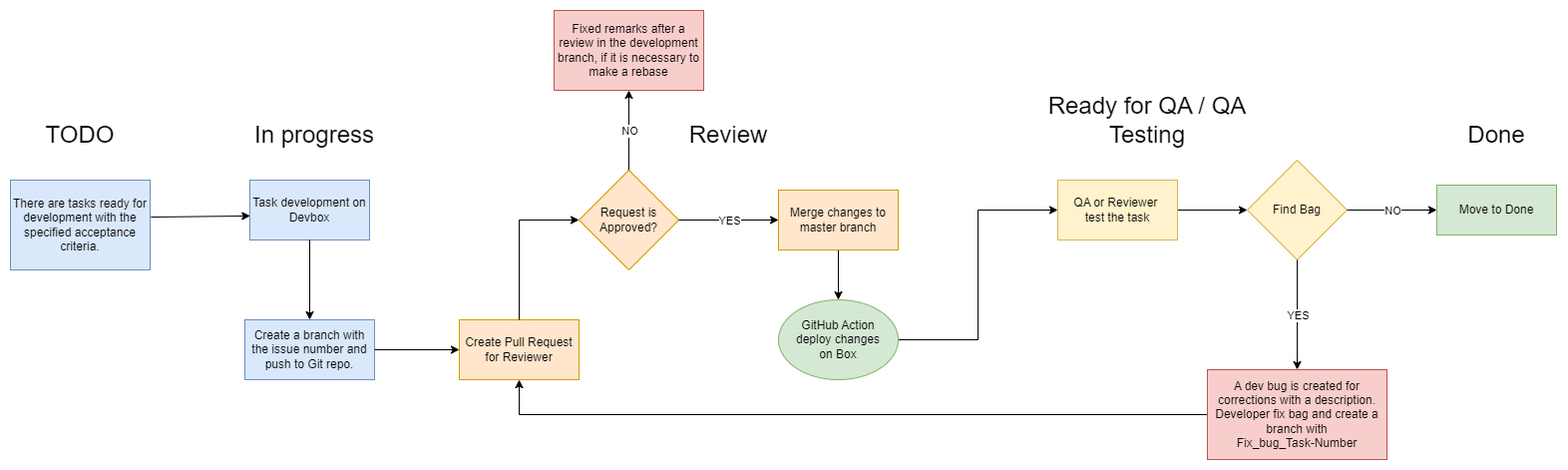
vovantais/Presentation-Duplicates-Application keeps this draw.io diagram as assets/Development-Process.png. Above is the earlier version. Source tidied: cells renumbered, new cells last; positions are measured from the earlier drawing's top-left corner, leaving out a move shared by most shapes. The source it was exported from:
```xml
<mxGraphModel>
  <root>
    <mxCell id="0" />
    <mxCell id="1" parent="0" />
    <mxCell id="2" value="There are tasks ready for development with the specified acceptance criteria." style="rounded=0;whiteSpace=wrap;html=1;fillColor=#dae8fc;strokeColor=#6c8ebf;" parent="1" vertex="1">
      <mxGeometry y="170" width="140" height="90" as="geometry" />
    </mxCell>
    <mxCell id="3" value="&lt;font style=&quot;font-size: 24px;&quot;&gt;TODO&lt;/font&gt;" style="text;html=1;strokeColor=none;fillColor=none;align=center;verticalAlign=middle;whiteSpace=wrap;rounded=0;" parent="1" vertex="1">
      <mxGeometry x="40" y="110" width="60" height="30" as="geometry" />
    </mxCell>
    <mxCell id="4" value="Task development on Devbox" style="rounded=0;whiteSpace=wrap;html=1;fillColor=#dae8fc;strokeColor=#6c8ebf;" parent="1" vertex="1">
      <mxGeometry x="240" y="170" width="120" height="60" as="geometry" />
    </mxCell>
    <mxCell id="5" value="&lt;font style=&quot;font-size: 24px;&quot;&gt;In progress&lt;/font&gt;" style="text;html=1;strokeColor=none;fillColor=none;align=center;verticalAlign=middle;whiteSpace=wrap;rounded=0;" parent="1" vertex="1">
      <mxGeometry x="230" y="110" width="150" height="30" as="geometry" />
    </mxCell>
    <mxCell id="6" value="Create Pull Request for Reviewer" style="rounded=0;whiteSpace=wrap;html=1;fillColor=#ffe6cc;strokeColor=#d79b00;" parent="1" vertex="1">
      <mxGeometry x="450" y="310" width="120" height="60" as="geometry" />
    </mxCell>
    <mxCell id="7" value="&lt;font style=&quot;font-size: 24px;&quot;&gt;Review&lt;/font&gt;" style="text;html=1;strokeColor=none;fillColor=none;align=center;verticalAlign=middle;whiteSpace=wrap;rounded=0;" parent="1" vertex="1">
      <mxGeometry x="640" y="110" width="160" height="30" as="geometry" />
    </mxCell>
    <mxCell id="8" style="edgeStyle=orthogonalEdgeStyle;rounded=0;jettySize=auto;html=1;" parent="1" edge="1" source="9" target="28">
      <mxGeometry relative="1" as="geometry" />
    </mxCell>
    <mxCell id="9" value="QA or Reviewer&amp;nbsp;&lt;br&gt;test the task" style="rounded=0;whiteSpace=wrap;html=1;fillColor=#fff2cc;strokeColor=#d6b656;" parent="1" vertex="1">
      <mxGeometry x="1050" y="170" width="120" height="60" as="geometry" />
    </mxCell>
    <mxCell id="10" value="&lt;font style=&quot;font-size: 24px;&quot;&gt;Ready for QA / QA Testing&lt;/font&gt;" style="text;html=1;strokeColor=none;fillColor=none;align=center;verticalAlign=middle;whiteSpace=wrap;rounded=0;" parent="1" vertex="1">
      <mxGeometry x="1030" y="60" width="220" height="100" as="geometry" />
    </mxCell>
    <mxCell id="11" value="Move to Done" style="rounded=0;whiteSpace=wrap;html=1;fillColor=#d5e8d4;strokeColor=#82b366;" parent="1" vertex="1">
      <mxGeometry x="1430" y="175" width="120" height="50" as="geometry" />
    </mxCell>
    <mxCell id="12" value="&lt;font style=&quot;font-size: 24px;&quot;&gt;Done&lt;/font&gt;" style="text;html=1;strokeColor=none;fillColor=none;align=center;verticalAlign=middle;whiteSpace=wrap;rounded=0;" parent="1" vertex="1">
      <mxGeometry x="1460" y="110" width="60" height="30" as="geometry" />
    </mxCell>
    <mxCell id="13" value="Create a branch with the issue number and push to Git repo." style="rounded=0;whiteSpace=wrap;html=1;fillColor=#dae8fc;strokeColor=#6c8ebf;" parent="1" vertex="1">
      <mxGeometry x="235" y="310" width="130" height="60" as="geometry" />
    </mxCell>
    <mxCell id="14" value="Request is&lt;br&gt;Approved?" style="rhombus;whiteSpace=wrap;html=1;fillColor=#ffe6cc;strokeColor=#d79b00;" parent="1" vertex="1">
      <mxGeometry x="570" y="160" width="100" height="100" as="geometry" />
    </mxCell>
    <mxCell id="15" style="endArrow=classic;html=1;rounded=0;entryX=0.003;entryY=0.598;entryDx=0;entryDy=0;exitX=1.006;exitY=0.412;exitDx=0;exitDy=0;exitPerimeter=0;entryPerimeter=0;" parent="1" edge="1" source="2" target="4">
      <mxGeometry relative="1" as="geometry" />
    </mxCell>
    <mxCell id="16" style="endArrow=classic;html=1;rounded=0;exitX=0.5;exitY=1;exitDx=0;exitDy=0;entryX=0.5;entryY=0;entryDx=0;entryDy=0;" parent="1" edge="1" source="4" target="13">
      <mxGeometry relative="1" as="geometry" />
    </mxCell>
    <mxCell id="17" style="endArrow=classic;html=1;rounded=0;exitX=1;exitY=0.5;exitDx=0;exitDy=0;entryX=0;entryY=0.5;entryDx=0;entryDy=0;" parent="1" edge="1" source="13" target="6">
      <mxGeometry relative="1" as="geometry" />
    </mxCell>
    <mxCell id="18" style="endArrow=classic;html=1;rounded=0;exitX=1;exitY=0.5;exitDx=0;exitDy=0;entryX=0;entryY=0.5;entryDx=0;entryDy=0;" parent="1" edge="1" source="14" target="25">
      <mxGeometry relative="1" as="geometry" />
    </mxCell>
    <mxCell id="19" value="YES" style="edgeLabel;html=1;align=center;verticalAlign=middle;" parent="18" vertex="1">
      <mxGeometry relative="1" as="geometry" />
    </mxCell>
    <mxCell id="20" style="endArrow=classic;html=1;rounded=0;exitX=0.5;exitY=0;exitDx=0;exitDy=0;entryX=0.5;entryY=1;entryDx=0;entryDy=0;" parent="1" edge="1" source="14" target="23">
      <mxGeometry relative="1" as="geometry" />
    </mxCell>
    <mxCell id="21" value="NO" style="edgeLabel;html=1;align=center;verticalAlign=middle;" parent="20" vertex="1">
      <mxGeometry relative="1" as="geometry" />
    </mxCell>
    <mxCell id="22" style="endArrow=classic;html=1;rounded=0;exitX=0.5;exitY=0;exitDx=0;exitDy=0;entryX=0;entryY=0.5;entryDx=0;entryDy=0;" parent="1" edge="1" source="6" target="14">
      <mxGeometry relative="1" as="geometry">
        <Array as="points">
          <mxPoint x="510" y="210" />
        </Array>
      </mxGeometry>
    </mxCell>
    <mxCell id="23" value="Fixed remarks after a review in the development branch, if it is necessary to make a rebase" style="rounded=0;whiteSpace=wrap;html=1;fillColor=#f8cecc;strokeColor=#b85450;" parent="1" vertex="1">
      <mxGeometry x="545" width="150" height="80" as="geometry" />
    </mxCell>
    <mxCell id="24" style="edgeStyle=orthogonalEdgeStyle;rounded=0;jettySize=auto;html=1;" parent="1" edge="1" source="25" target="27">
      <mxGeometry relative="1" as="geometry" />
    </mxCell>
    <mxCell id="25" value="Merge changes to master branch" style="rounded=0;whiteSpace=wrap;html=1;fillColor=#ffe6cc;strokeColor=#d79b00;" parent="1" vertex="1">
      <mxGeometry x="770" y="180" width="120" height="60" as="geometry" />
    </mxCell>
    <mxCell id="26" style="edgeStyle=orthogonalEdgeStyle;rounded=0;jettySize=auto;html=1;exitX=1;exitY=0.5;exitDx=0;exitDy=0;entryX=0;entryY=0.5;entryDx=0;entryDy=0;" parent="1" edge="1" source="27" target="9">
      <mxGeometry relative="1" as="geometry" />
    </mxCell>
    <mxCell id="27" value="GitHub Action&lt;br&gt;deploy changes&lt;br&gt;on Box" style="ellipse;whiteSpace=wrap;html=1;fillColor=#d5e8d4;strokeColor=#82b366;" parent="1" vertex="1">
      <mxGeometry x="770" y="290" width="120" height="80" as="geometry" />
    </mxCell>
    <mxCell id="28" value="Find Bag" style="rhombus;whiteSpace=wrap;html=1;fillColor=#fff2cc;strokeColor=#d6b656;" parent="1" vertex="1">
      <mxGeometry x="1240" y="150" width="100" height="100" as="geometry" />
    </mxCell>
    <mxCell id="29" style="endArrow=classic;html=1;rounded=0;exitX=0.5;exitY=1;exitDx=0;exitDy=0;entryX=0.5;entryY=0;entryDx=0;entryDy=0;" parent="1" edge="1" source="28" target="32">
      <mxGeometry relative="1" as="geometry" />
    </mxCell>
    <mxCell id="30" value="YES" style="edgeLabel;html=1;align=center;verticalAlign=middle;" parent="29" vertex="1">
      <mxGeometry relative="1" as="geometry" />
    </mxCell>
    <mxCell id="31" style="edgeStyle=orthogonalEdgeStyle;rounded=0;jettySize=auto;html=1;exitX=0;exitY=0.5;exitDx=0;exitDy=0;entryX=0.5;entryY=1;entryDx=0;entryDy=0;" parent="1" edge="1" source="32" target="6">
      <mxGeometry relative="1" as="geometry" />
    </mxCell>
    <mxCell id="32" value="A dev bug is created for corrections with a description. Developer fix bag and create a branch with&lt;br&gt;Fix_bug_Task-Number" style="rounded=0;whiteSpace=wrap;html=1;fillColor=#f8cecc;strokeColor=#b85450;" parent="1" vertex="1">
      <mxGeometry x="1200" y="360" width="180" height="90" as="geometry" />
    </mxCell>
    <mxCell id="33" style="endArrow=classic;html=1;rounded=0;exitX=1;exitY=0.5;exitDx=0;exitDy=0;entryX=0;entryY=0.5;entryDx=0;entryDy=0;" parent="1" edge="1" source="28" target="11">
      <mxGeometry relative="1" as="geometry" />
    </mxCell>
    <mxCell id="34" value="NO" style="edgeLabel;html=1;align=center;verticalAlign=middle;" parent="33" vertex="1">
      <mxGeometry relative="1" as="geometry" />
    </mxCell>
  </root>
</mxGraphModel>
```
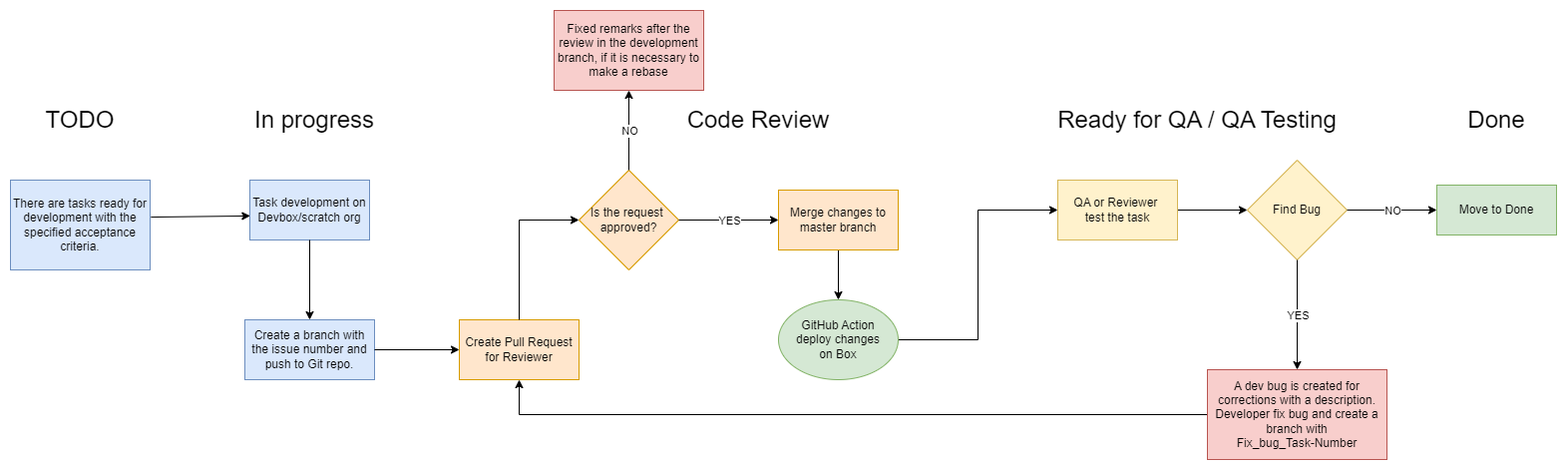
Above is the later version.

The edit, as a diff of the source:
```diff
@@ -6,19 +6,19 @@
       <mxGeometry y="170" width="140" height="90" as="geometry" />
     </mxCell>
     <mxCell id="3" value="&lt;font style=&quot;font-size: 24px;&quot;&gt;TODO&lt;/font&gt;" style="text;html=1;strokeColor=none;fillColor=none;align=center;verticalAlign=middle;whiteSpace=wrap;rounded=0;" parent="1" vertex="1">
-      <mxGeometry x="40" y="110" width="60" height="30" as="geometry" />
+      <mxGeometry x="40" y="95" width="60" height="30" as="geometry" />
     </mxCell>
-    <mxCell id="4" value="Task development on Devbox" style="rounded=0;whiteSpace=wrap;html=1;fillColor=#dae8fc;strokeColor=#6c8ebf;" parent="1" vertex="1">
+    <mxCell id="4" value="Task development on Devbox/scratch org" style="rounded=0;whiteSpace=wrap;html=1;fillColor=#dae8fc;strokeColor=#6c8ebf;" parent="1" vertex="1">
       <mxGeometry x="240" y="170" width="120" height="60" as="geometry" />
     </mxCell>
     <mxCell id="5" value="&lt;font style=&quot;font-size: 24px;&quot;&gt;In progress&lt;/font&gt;" style="text;html=1;strokeColor=none;fillColor=none;align=center;verticalAlign=middle;whiteSpace=wrap;rounded=0;" parent="1" vertex="1">
-      <mxGeometry x="230" y="110" width="150" height="30" as="geometry" />
+      <mxGeometry x="230" y="95" width="150" height="30" as="geometry" />
     </mxCell>
     <mxCell id="6" value="Create Pull Request for Reviewer" style="rounded=0;whiteSpace=wrap;html=1;fillColor=#ffe6cc;strokeColor=#d79b00;" parent="1" vertex="1">
       <mxGeometry x="450" y="310" width="120" height="60" as="geometry" />
     </mxCell>
-    <mxCell id="7" value="&lt;font style=&quot;font-size: 24px;&quot;&gt;Review&lt;/font&gt;" style="text;html=1;strokeColor=none;fillColor=none;align=center;verticalAlign=middle;whiteSpace=wrap;rounded=0;" parent="1" vertex="1">
-      <mxGeometry x="640" y="110" width="160" height="30" as="geometry" />
+    <mxCell id="7" value="&lt;font style=&quot;font-size: 24px;&quot;&gt;Code Review&lt;/font&gt;" style="text;html=1;strokeColor=none;fillColor=none;align=center;verticalAlign=middle;whiteSpace=wrap;rounded=0;" parent="1" vertex="1">
+      <mxGeometry x="670" y="95" width="160" height="30" as="geometry" />
     </mxCell>
     <mxCell id="8" style="edgeStyle=orthogonalEdgeStyle;rounded=0;jettySize=auto;html=1;" parent="1" edge="1" source="9" target="28">
       <mxGeometry relative="1" as="geometry" />
@@ -27,18 +27,18 @@
       <mxGeometry x="1050" y="170" width="120" height="60" as="geometry" />
     </mxCell>
     <mxCell id="10" value="&lt;font style=&quot;font-size: 24px;&quot;&gt;Ready for QA / QA Testing&lt;/font&gt;" style="text;html=1;strokeColor=none;fillColor=none;align=center;verticalAlign=middle;whiteSpace=wrap;rounded=0;" parent="1" vertex="1">
-      <mxGeometry x="1030" y="60" width="220" height="100" as="geometry" />
+      <mxGeometry x="1020" y="60" width="340" height="100" as="geometry" />
     </mxCell>
     <mxCell id="11" value="Move to Done" style="rounded=0;whiteSpace=wrap;html=1;fillColor=#d5e8d4;strokeColor=#82b366;" parent="1" vertex="1">
       <mxGeometry x="1430" y="175" width="120" height="50" as="geometry" />
     </mxCell>
     <mxCell id="12" value="&lt;font style=&quot;font-size: 24px;&quot;&gt;Done&lt;/font&gt;" style="text;html=1;strokeColor=none;fillColor=none;align=center;verticalAlign=middle;whiteSpace=wrap;rounded=0;" parent="1" vertex="1">
-      <mxGeometry x="1460" y="110" width="60" height="30" as="geometry" />
+      <mxGeometry x="1460" y="95" width="60" height="30" as="geometry" />
     </mxCell>
     <mxCell id="13" value="Create a branch with the issue number and push to Git repo." style="rounded=0;whiteSpace=wrap;html=1;fillColor=#dae8fc;strokeColor=#6c8ebf;" parent="1" vertex="1">
       <mxGeometry x="235" y="310" width="130" height="60" as="geometry" />
     </mxCell>
-    <mxCell id="14" value="Request is&lt;br&gt;Approved?" style="rhombus;whiteSpace=wrap;html=1;fillColor=#ffe6cc;strokeColor=#d79b00;" parent="1" vertex="1">
+    <mxCell id="14" value="Is the request&amp;nbsp;&lt;br&gt;approved?" style="rhombus;whiteSpace=wrap;html=1;fillColor=#ffe6cc;strokeColor=#d79b00;" parent="1" vertex="1">
       <mxGeometry x="570" y="160" width="100" height="100" as="geometry" />
     </mxCell>
     <mxCell id="15" style="endArrow=classic;html=1;rounded=0;entryX=0.003;entryY=0.598;entryDx=0;entryDy=0;exitX=1.006;exitY=0.412;exitDx=0;exitDy=0;exitPerimeter=0;entryPerimeter=0;" parent="1" edge="1" source="2" target="4">
@@ -69,7 +69,7 @@
         </Array>
       </mxGeometry>
     </mxCell>
-    <mxCell id="23" value="Fixed remarks after a review in the development branch, if it is necessary to make a rebase" style="rounded=0;whiteSpace=wrap;html=1;fillColor=#f8cecc;strokeColor=#b85450;" parent="1" vertex="1">
+    <mxCell id="23" value="Fixed remarks after the review in the development branch, if it is necessary to make a rebase" style="rounded=0;whiteSpace=wrap;html=1;fillColor=#f8cecc;strokeColor=#b85450;" parent="1" vertex="1">
       <mxGeometry x="545" width="150" height="80" as="geometry" />
     </mxCell>
     <mxCell id="24" style="edgeStyle=orthogonalEdgeStyle;rounded=0;jettySize=auto;html=1;" parent="1" edge="1" source="25" target="27">
@@ -84,7 +84,7 @@
     <mxCell id="27" value="GitHub Action&lt;br&gt;deploy changes&lt;br&gt;on Box" style="ellipse;whiteSpace=wrap;html=1;fillColor=#d5e8d4;strokeColor=#82b366;" parent="1" vertex="1">
       <mxGeometry x="770" y="290" width="120" height="80" as="geometry" />
     </mxCell>
-    <mxCell id="28" value="Find Bag" style="rhombus;whiteSpace=wrap;html=1;fillColor=#fff2cc;strokeColor=#d6b656;" parent="1" vertex="1">
+    <mxCell id="28" value="Find Bug" style="rhombus;whiteSpace=wrap;html=1;fillColor=#fff2cc;strokeColor=#d6b656;" parent="1" vertex="1">
       <mxGeometry x="1240" y="150" width="100" height="100" as="geometry" />
     </mxCell>
     <mxCell id="29" style="endArrow=classic;html=1;rounded=0;exitX=0.5;exitY=1;exitDx=0;exitDy=0;entryX=0.5;entryY=0;entryDx=0;entryDy=0;" parent="1" edge="1" source="28" target="32">
@@ -96,7 +96,7 @@
     <mxCell id="31" style="edgeStyle=orthogonalEdgeStyle;rounded=0;jettySize=auto;html=1;exitX=0;exitY=0.5;exitDx=0;exitDy=0;entryX=0.5;entryY=1;entryDx=0;entryDy=0;" parent="1" edge="1" source="32" target="6">
       <mxGeometry relative="1" as="geometry" />
     </mxCell>
-    <mxCell id="32" value="A dev bug is created for corrections with a description. Developer fix bag and create a branch with&lt;br&gt;Fix_bug_Task-Number" style="rounded=0;whiteSpace=wrap;html=1;fillColor=#f8cecc;strokeColor=#b85450;" parent="1" vertex="1">
+    <mxCell id="32" value="A dev bug is created for corrections with a description. Developer fix bug and create a branch with&lt;br&gt;Fix_bug_Task-Number" style="rounded=0;whiteSpace=wrap;html=1;fillColor=#f8cecc;strokeColor=#b85450;" parent="1" vertex="1">
       <mxGeometry x="1200" y="360" width="180" height="90" as="geometry" />
     </mxCell>
     <mxCell id="33" style="endArrow=classic;html=1;rounded=0;exitX=1;exitY=0.5;exitDx=0;exitDy=0;entryX=0;entryY=0.5;entryDx=0;entryDy=0;" parent="1" edge="1" source="28" target="11">
```
